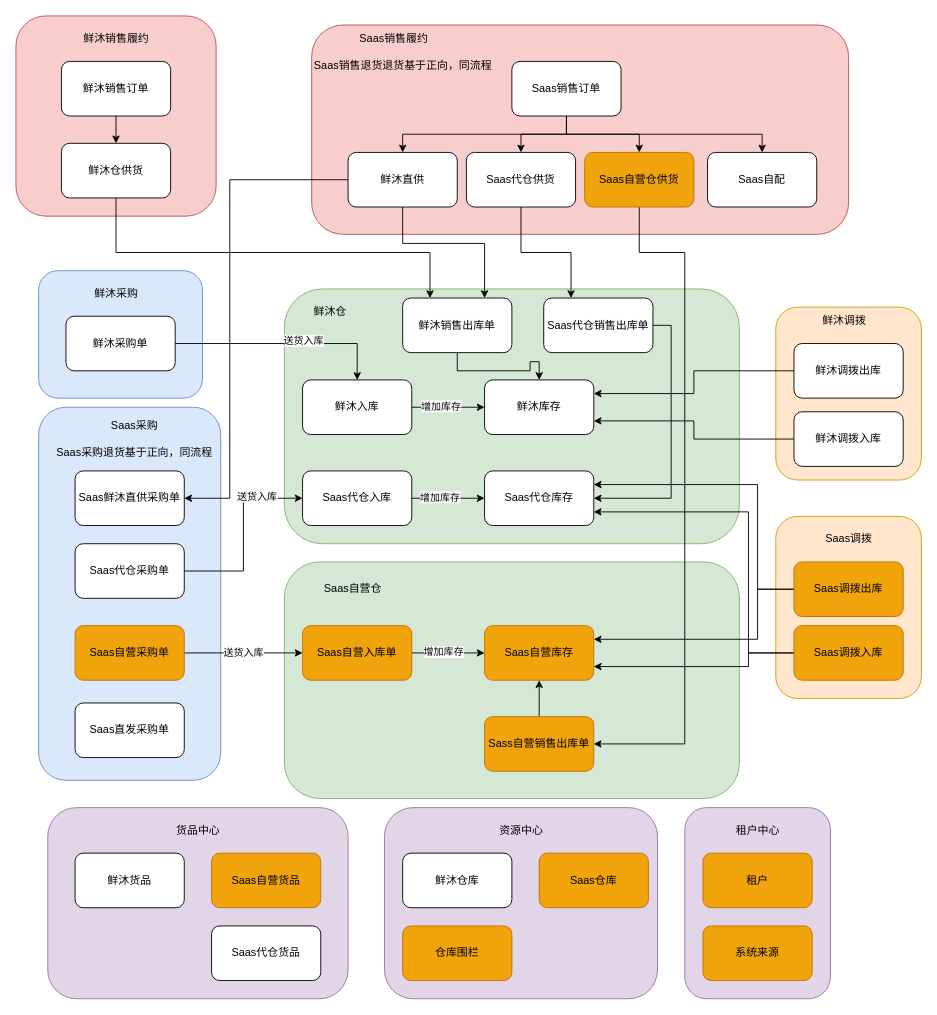
Earlier version of the draw.io diagram draw.io/Saas化数据流.drawio (zzqfsy/zzqfsy.github.io). Source tidied: cells renumbered, new cells numbered last; positions are measured from the earlier drawing's top-left corner, leaving out a move shared by most shapes. Both pictures are drawn from the tidied source at 91%, with x=0, y=0 at pixel (15, 15).
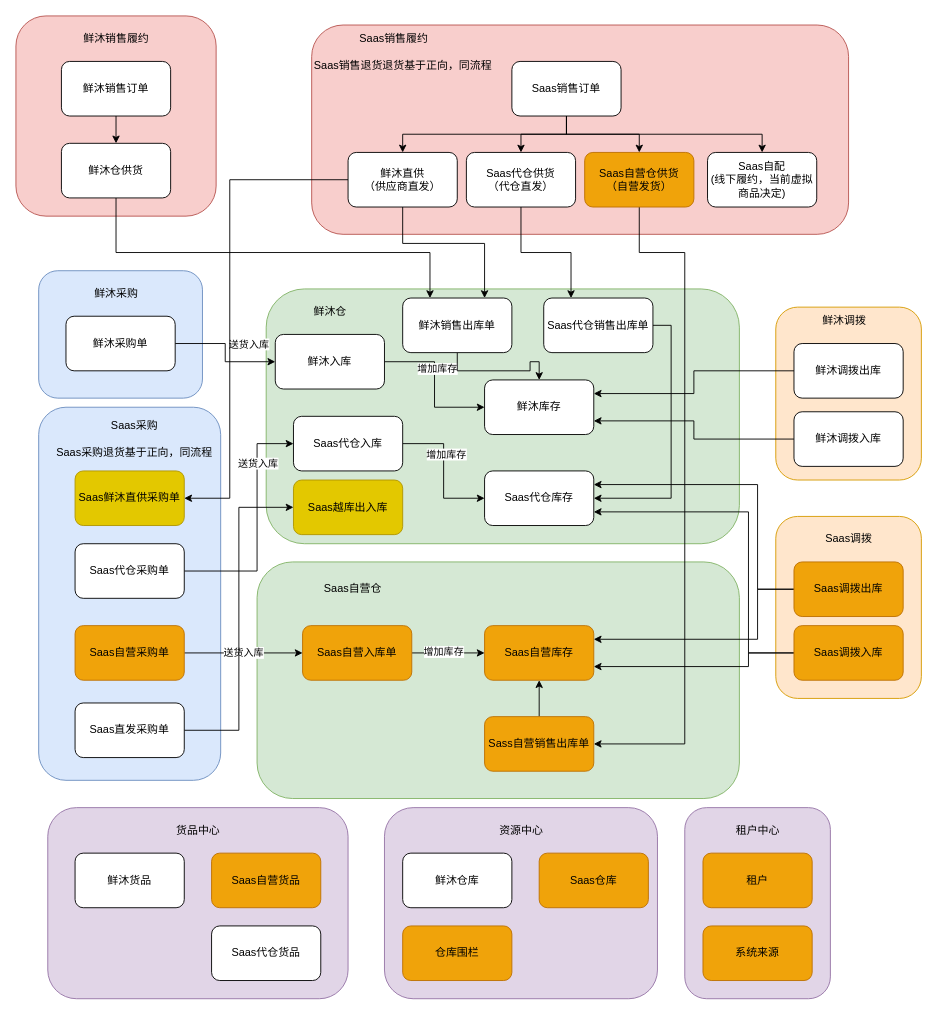
The same diagram, later.

Commit message (it also covers changes not shown here):
更新Saas化数据流.drawio

Unchanged cells that the change refers to:
```xml
<mxCell id="17" style="edgeStyle=orthogonalEdgeStyle;rounded=0;jettySize=auto;html=1;exitX=1;exitY=0.5;exitDx=0;exitDy=0;" parent="1" edge="1" source="19" target="29">
  <mxGeometry relative="1" as="geometry" />
</mxCell>
<mxCell id="22" value="Saas代仓采购单" style="rounded=1;whiteSpace=wrap;html=1;" parent="1" vertex="1">
  <mxGeometry x="65" y="580" width="120" height="60" as="geometry" />
</mxCell>
<mxCell id="77" value="Saas直发采购单" style="rounded=1;whiteSpace=wrap;html=1;" parent="1" vertex="1">
  <mxGeometry x="65" y="755" width="120" height="60" as="geometry" />
</mxCell>
```

Change to the diagram source:
```diff
@@
     <mxCell id="2" style="rounded=1;whiteSpace=wrap;html=1;fillStyle=auto;fillColor=#d5e8d4;strokeColor=#82b366;" parent="1" vertex="1">
-      <mxGeometry x="295" y="600" width="500" height="260" as="geometry" />
+      <mxGeometry x="265" y="600" width="530" height="260" as="geometry" />
     </mxCell>
@@
     <mxCell id="11" style="rounded=1;whiteSpace=wrap;html=1;fillStyle=auto;fillColor=#d5e8d4;strokeColor=#82b366;" parent="1" vertex="1">
-      <mxGeometry x="295" y="300" width="500" height="280" as="geometry" />
+      <mxGeometry x="275" y="300" width="520" height="280" as="geometry" />
     </mxCell>
@@
     <mxCell id="18" value="送货入库" style="edgeLabel;html=1;align=center;verticalAlign=middle;" parent="17" vertex="1">
-      <mxGeometry x="0.17" y="4" relative="1" as="geometry" />
+      <mxGeometry x="0.17" y="4" relative="1" as="geometry">
+        <mxPoint x="24" y="-16" as="offset" />
+      </mxGeometry>
     </mxCell>
@@
     <mxCell id="20" style="edgeStyle=orthogonalEdgeStyle;rounded=0;jettySize=auto;html=1;exitX=1;exitY=0.5;exitDx=0;exitDy=0;entryX=0;entryY=0.5;entryDx=0;entryDy=0;" parent="1" edge="1" source="22" target="32">
-      <mxGeometry relative="1" as="geometry" />
+      <mxGeometry relative="1" as="geometry">
+        <Array as="points">
+          <mxPoint x="265" y="610" />
+          <mxPoint x="265" y="470" />
+        </Array>
+      </mxGeometry>
     </mxCell>
     <mxCell id="21" value="送货入库" style="edgeLabel;html=1;align=center;verticalAlign=middle;" parent="20" vertex="1">
-      <mxGeometry x="0.51" y="3" relative="1" as="geometry" />
+      <mxGeometry x="0.51" y="3" relative="1" as="geometry">
+        <mxPoint x="3" y="-3" as="offset" />
+      </mxGeometry>
     </mxCell>
@@
     <mxCell id="29" value="鲜沐入库" style="rounded=1;whiteSpace=wrap;html=1;" parent="1" vertex="1">
-      <mxGeometry x="315" y="400" width="120" height="60" as="geometry" />
+      <mxGeometry x="285" y="350" width="120" height="60" as="geometry" />
     </mxCell>
@@
     <mxCell id="32" value="Saas代仓入库" style="rounded=1;whiteSpace=wrap;html=1;" parent="1" vertex="1">
-      <mxGeometry x="315" y="500" width="120" height="60" as="geometry" />
+      <mxGeometry x="305" y="440" width="120" height="60" as="geometry" />
     </mxCell>
@@
-    <mxCell id="63" value="Saas代仓供货" style="rounded=1;whiteSpace=wrap;html=1;" parent="1" vertex="1">
+    <mxCell id="63" value="Saas代仓供货&lt;br&gt;（代仓直发）" style="rounded=1;whiteSpace=wrap;html=1;" parent="1" vertex="1">
       <mxGeometry x="495" y="150" width="120" height="60" as="geometry" />
     </mxCell>
@@
-    <mxCell id="67" value="Saas自营仓供货" style="rounded=1;whiteSpace=wrap;html=1;fillColor=#f0a30a;fontColor=#000000;strokeColor=#BD7000;" parent="1" vertex="1">
+    <mxCell id="67" value="Saas自营仓供货&lt;br&gt;（自营发货）" style="rounded=1;whiteSpace=wrap;html=1;fillColor=#f0a30a;fontColor=#000000;strokeColor=#BD7000;" parent="1" vertex="1">
       <mxGeometry x="625" y="150" width="120" height="60" as="geometry" />
     </mxCell>
@@
+    <mxCell id="89" style="edgeStyle=orthogonalEdgeStyle;rounded=0;jettySize=auto;html=1;exitX=1;exitY=0.5;exitDx=0;exitDy=0;entryX=0;entryY=0.5;entryDx=0;entryDy=0;" parent="1" edge="1" source="77" target="90">
+      <mxGeometry relative="1" as="geometry" />
+    </mxCell>
@@
-    <mxCell id="78" value="Saas鲜沐直供采购单" style="rounded=1;whiteSpace=wrap;html=1;" parent="1" vertex="1">
+    <mxCell id="78" value="Saas鲜沐直供采购单" style="rounded=1;whiteSpace=wrap;html=1;fillColor=#e3c800;fontColor=#000000;strokeColor=#B09500;" parent="1" vertex="1">
       <mxGeometry x="65" y="500" width="120" height="60" as="geometry" />
     </mxCell>
@@
-    <mxCell id="81" value="鲜沐直供" style="rounded=1;whiteSpace=wrap;html=1;" parent="1" vertex="1">
+    <mxCell id="81" value="鲜沐直供&lt;br&gt;（供应商直发）" style="rounded=1;whiteSpace=wrap;html=1;" parent="1" vertex="1">
       <mxGeometry x="365" y="150" width="120" height="60" as="geometry" />
     </mxCell>
-    <mxCell id="82" value="Saas自配" style="rounded=1;whiteSpace=wrap;html=1;" parent="1" vertex="1">
+    <mxCell id="82" value="Saas自配&lt;br&gt;(线下履约，当前虚拟商品决定)" style="rounded=1;whiteSpace=wrap;html=1;" parent="1" vertex="1">
       <mxGeometry x="760" y="150" width="120" height="60" as="geometry" />
     </mxCell>
@@
+    <mxCell id="90" value="Saas越库出入库" style="rounded=1;whiteSpace=wrap;html=1;fillColor=#e3c800;fontColor=#000000;strokeColor=#B09500;" parent="1" vertex="1">
+      <mxGeometry x="305" y="510" width="120" height="60" as="geometry" />
+    </mxCell>
```
